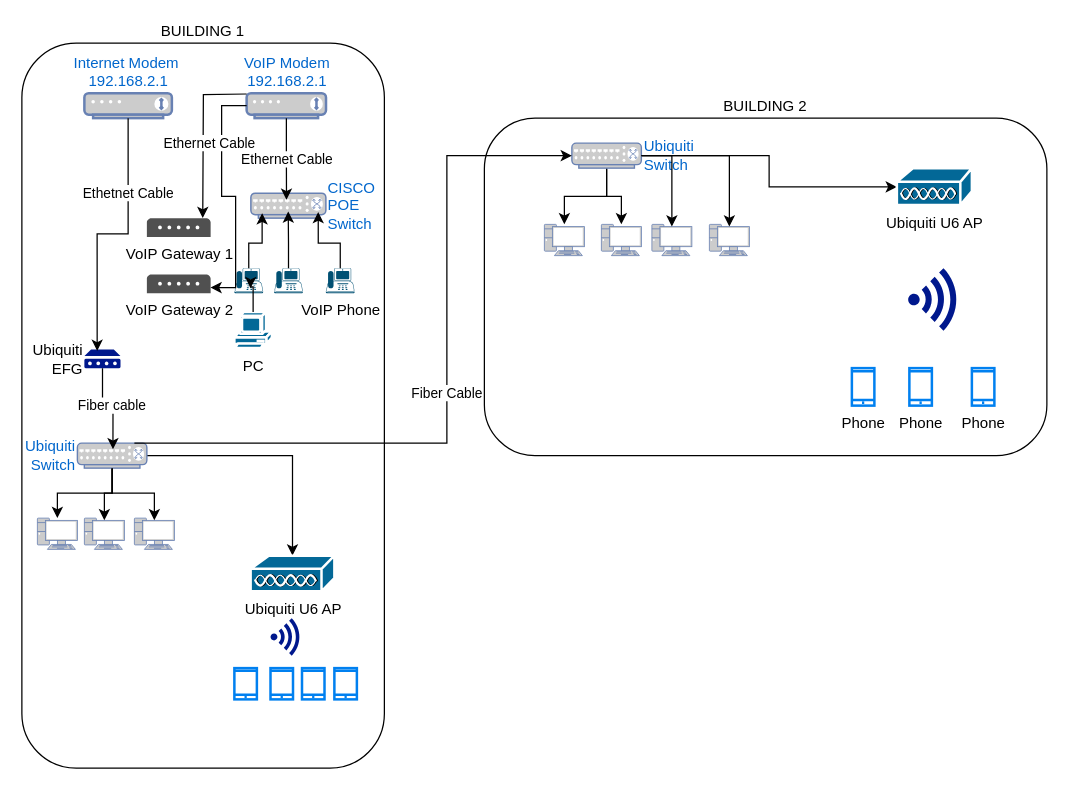
Earlier version of the draw.io diagram diagrams/network-topology.drawio (hiiiPipe/business-building-network-overhaul). Source tidied: cells renumbered, new cells numbered last; positions are measured from the earlier drawing's top-left corner, leaving out a move shared by most shapes. Both pictures are drawn from the tidied source at 125%, with x=0, y=0 at pixel (21, 42).
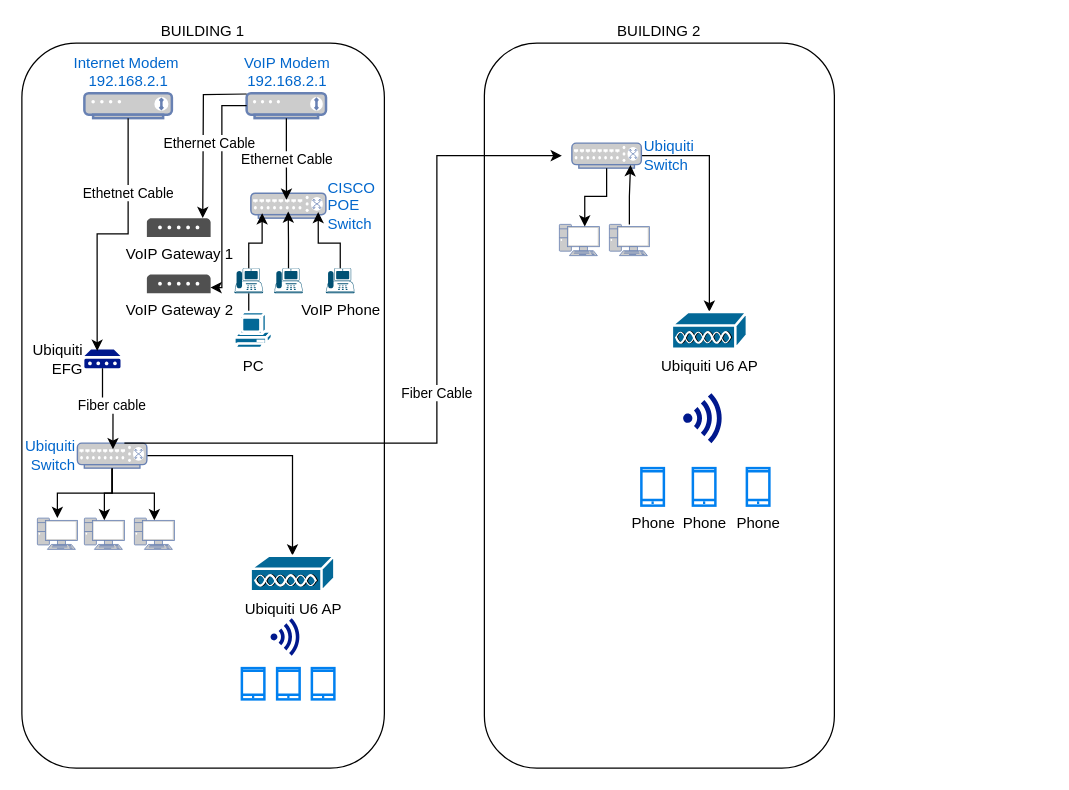
The same page after the edit.

Unchanged cells that the change refers to:
```xml
<mxCell id="4" value="VoIP Modem&lt;div&gt;192.168.2.1&lt;/div&gt;" style="fontColor=#0066CC;verticalAlign=bottom;verticalLabelPosition=top;labelPosition=center;align=center;html=1;outlineConnect=0;fillColor=#CCCCCC;strokeColor=#6881B3;gradientColor=none;gradientDirection=north;strokeWidth=2;shape=mxgraph.networks.modem;" parent="1" vertex="1">
  <mxGeometry x="179.8" y="40" width="63.5" height="20" as="geometry" />
</mxCell>
<mxCell id="6" style="points=[[0.59,0,0],[0.87,0.015,0],[0.88,0.3,0],[0.99,0.99,0],[0.5,1,0],[0.01,0.99,0],[0.075,0.5,0],[0.17,0.115,0]];verticalLabelPosition=bottom;sketch=0;html=1;verticalAlign=top;align=center;shape=mxgraph.cisco19.ip_phone;fillColor=#005073;strokeColor=none;" parent="1" vertex="1">
  <mxGeometry x="170" y="180" width="23" height="20" as="geometry" />
</mxCell>
<mxCell id="9" value="PC" style="shape=mxgraph.cisco.computers_and_peripherals.pc;html=1;dashed=0;fillColor=#036897;strokeColor=#ffffff;strokeWidth=2;verticalLabelPosition=bottom;verticalAlign=top;align=center;outlineConnect=0;" parent="1" vertex="1">
  <mxGeometry x="170" y="215" width="30" height="30" as="geometry" />
</mxCell>
<mxCell id="15" value="VoIP Gateway 2" style="sketch=0;shadow=0;dashed=0;html=1;strokeColor=none;fillColor=#505050;labelPosition=center;verticalLabelPosition=bottom;verticalAlign=top;outlineConnect=0;align=center;shape=mxgraph.office.communications.voip_gateway;" parent="1" vertex="1">
  <mxGeometry x="100" y="185" width="51" height="15" as="geometry" />
</mxCell>
<mxCell id="27" value="Ubiquiti&lt;div&gt;Switch&lt;/div&gt;" style="fontColor=#0066CC;verticalAlign=middle;verticalLabelPosition=middle;labelPosition=right;align=left;html=1;outlineConnect=0;fillColor=#CCCCCC;strokeColor=#6881B3;gradientColor=none;gradientDirection=north;strokeWidth=2;shape=mxgraph.networks.switch;" parent="1" vertex="1">
  <mxGeometry x="440" y="80" width="55.6" height="20" as="geometry" />
</mxCell>
```

The edit, as a diff of the source:
```diff
@@
+    <mxCell id="53" style="edgeStyle=orthogonalEdgeStyle;rounded=0;jettySize=auto;html=1;" parent="1" edge="1" source="6" target="9">
+      <mxGeometry relative="1" as="geometry" />
+    </mxCell>
@@
-    <mxCell id="14" style="edgeStyle=orthogonalEdgeStyle;rounded=0;jettySize=auto;html=1;entryX=0.56;entryY=0.8;entryDx=0;entryDy=0;entryPerimeter=0;" parent="1" edge="1" source="9" target="6">
-      <mxGeometry relative="1" as="geometry" />
-    </mxCell>
@@
     <mxCell id="16" style="edgeStyle=orthogonalEdgeStyle;rounded=0;jettySize=auto;html=1;entryX=0.998;entryY=0.704;entryDx=0;entryDy=0;entryPerimeter=0;" parent="1" edge="1" source="4" target="15">
-      <mxGeometry relative="1" as="geometry" />
+      <mxGeometry relative="1" as="geometry">
+        <Array as="points">
+          <mxPoint x="160" y="50" />
+          <mxPoint x="160" y="196" />
+        </Array>
+      </mxGeometry>
     </mxCell>
@@
-    <mxCell id="24" style="edgeStyle=orthogonalEdgeStyle;rounded=0;jettySize=auto;html=1;" parent="1" edge="1" source="27" target="30">
-      <mxGeometry relative="1" as="geometry" />
-    </mxCell>
-    <mxCell id="25" style="edgeStyle=orthogonalEdgeStyle;rounded=0;jettySize=auto;html=1;" parent="1" edge="1" source="27" target="31">
-      <mxGeometry relative="1" as="geometry" />
-    </mxCell>
@@
     <mxCell id="29" value="Fiber Cable" style="edgeStyle=orthogonalEdgeStyle;rounded=0;orthogonalLoop=1;jettySize=auto;html=1;" parent="1" edge="1">
       <mxGeometry relative="1" as="geometry">
-        <mxPoint x="90" y="320" as="sourcePoint" />
-        <mxPoint x="440" y="90" as="targetPoint" />
+        <mxPoint x="82" y="320" as="sourcePoint" />
+        <mxPoint x="432" y="90" as="targetPoint" />
         <Array as="points">
-          <mxPoint x="340" y="320" />
-          <mxPoint x="340" y="90" />
+          <mxPoint x="332" y="320" />
+          <mxPoint x="332" y="90" />
         </Array>
       </mxGeometry>
     </mxCell>
-    <mxCell id="30" style="fontColor=#0066CC;verticalAlign=top;verticalLabelPosition=bottom;labelPosition=center;align=center;html=1;outlineConnect=0;fillColor=#CCCCCC;strokeColor=#6881B3;gradientColor=none;gradientDirection=north;strokeWidth=2;shape=mxgraph.networks.pc;" parent="1" vertex="1">
-      <mxGeometry x="418" y="145" width="32" height="25" as="geometry" />
-    </mxCell>
     <mxCell id="31" style="fontColor=#0066CC;verticalAlign=top;verticalLabelPosition=bottom;labelPosition=center;align=center;html=1;outlineConnect=0;fillColor=#CCCCCC;strokeColor=#6881B3;gradientColor=none;gradientDirection=north;strokeWidth=2;shape=mxgraph.networks.pc;" parent="1" vertex="1">
-      <mxGeometry x="463.6" y="145" width="32" height="25" as="geometry" />
+      <mxGeometry x="430" y="145" width="32" height="25" as="geometry" />
     </mxCell>
     <mxCell id="32" style="fontColor=#0066CC;verticalAlign=top;verticalLabelPosition=bottom;labelPosition=center;align=center;html=1;outlineConnect=0;fillColor=#CCCCCC;strokeColor=#6881B3;gradientColor=none;gradientDirection=north;strokeWidth=2;shape=mxgraph.networks.pc;" parent="1" vertex="1">
-      <mxGeometry x="504" y="145" width="32" height="25" as="geometry" />
+      <mxGeometry x="470" y="145" width="32" height="25" as="geometry" />
     </mxCell>
-    <mxCell id="33" style="fontColor=#0066CC;verticalAlign=top;verticalLabelPosition=bottom;labelPosition=center;align=center;html=1;outlineConnect=0;fillColor=#CCCCCC;strokeColor=#6881B3;gradientColor=none;gradientDirection=north;strokeWidth=2;shape=mxgraph.networks.pc;" parent="1" vertex="1">
-      <mxGeometry x="550" y="145" width="32" height="25" as="geometry" />
-    </mxCell>
-    <mxCell id="34" style="edgeStyle=orthogonalEdgeStyle;rounded=0;jettySize=auto;html=1;entryX=0.5;entryY=0.07;entryDx=0;entryDy=0;entryPerimeter=0;" parent="1" edge="1" source="27" target="32">
-      <mxGeometry relative="1" as="geometry" />
-    </mxCell>
-    <mxCell id="35" style="edgeStyle=orthogonalEdgeStyle;rounded=0;jettySize=auto;html=1;entryX=0.5;entryY=0.07;entryDx=0;entryDy=0;entryPerimeter=0;" parent="1" edge="1" source="27" target="33">
-      <mxGeometry relative="1" as="geometry" />
-    </mxCell>
@@
     <mxCell id="41" value="Ubiquiti U6 AP" style="shape=mxgraph.cisco.misc.access_point;html=1;dashed=0;fillColor=#036897;strokeColor=#ffffff;strokeWidth=2;verticalLabelPosition=bottom;verticalAlign=top;align=center;outlineConnect=0;" parent="1" vertex="1">
-      <mxGeometry x="700" y="100" width="60" height="30" as="geometry" />
+      <mxGeometry x="520" y="215" width="60" height="30" as="geometry" />
     </mxCell>
     <mxCell id="42" value="Phone" style="html=1;verticalLabelPosition=bottom;align=center;labelBackgroundColor=#ffffff;verticalAlign=top;strokeWidth=2;strokeColor=#0080F0;shadow=0;dashed=0;shape=mxgraph.ios7.icons.smartphone;" parent="1" vertex="1">
-      <mxGeometry x="710" y="260" width="18" height="30" as="geometry" />
+      <mxGeometry x="536.8" y="340" width="18" height="30" as="geometry" />
     </mxCell>
     <mxCell id="43" value="Phone" style="html=1;verticalLabelPosition=bottom;align=center;labelBackgroundColor=#ffffff;verticalAlign=top;strokeWidth=2;strokeColor=#0080F0;shadow=0;dashed=0;shape=mxgraph.ios7.icons.smartphone;" parent="1" vertex="1">
-      <mxGeometry x="760" y="260" width="18" height="30" as="geometry" />
+      <mxGeometry x="580" y="340" width="18" height="30" as="geometry" />
     </mxCell>
     <mxCell id="44" value="Phone" style="html=1;verticalLabelPosition=bottom;align=center;labelBackgroundColor=#ffffff;verticalAlign=top;strokeWidth=2;strokeColor=#0080F0;shadow=0;dashed=0;shape=mxgraph.ios7.icons.smartphone;" parent="1" vertex="1">
-      <mxGeometry x="664" y="260" width="18" height="30" as="geometry" />
+      <mxGeometry x="495.6" y="340" width="18" height="30" as="geometry" />
     </mxCell>
     <mxCell id="45" style="sketch=0;shadow=0;dashed=0;html=1;strokeColor=none;labelPosition=center;verticalLabelPosition=bottom;verticalAlign=top;align=center;fillColor=#00188D;shape=mxgraph.mscae.enterprise.wireless_connection;" parent="1" vertex="1">
-      <mxGeometry x="709" y="180" width="42" height="50" as="geometry" />
+      <mxGeometry x="529" y="280" width="33.6" height="40" as="geometry" />
     </mxCell>
-    <mxCell id="46" value="BUILDING 2" style="rounded=1;whiteSpace=wrap;html=1;fillColor=none;labelPosition=center;verticalLabelPosition=top;align=center;verticalAlign=bottom;" parent="1" vertex="1">
-      <mxGeometry x="370" y="60" width="450" height="270" as="geometry" />
-    </mxCell>
@@
     <mxCell id="49" style="html=1;verticalLabelPosition=bottom;align=center;labelBackgroundColor=#ffffff;verticalAlign=top;strokeWidth=2;strokeColor=#0080F0;shadow=0;dashed=0;shape=mxgraph.ios7.icons.smartphone;" parent="1" vertex="1">
-      <mxGeometry x="170" y="500" width="18" height="25" as="geometry" />
+      <mxGeometry x="176" y="500" width="18" height="25" as="geometry" />
     </mxCell>
     <mxCell id="50" style="html=1;verticalLabelPosition=bottom;align=center;labelBackgroundColor=#ffffff;verticalAlign=top;strokeWidth=2;strokeColor=#0080F0;shadow=0;dashed=0;shape=mxgraph.ios7.icons.smartphone;" parent="1" vertex="1">
-      <mxGeometry x="198.9" y="500" width="18" height="25" as="geometry" />
+      <mxGeometry x="204.2" y="500" width="18" height="25" as="geometry" />
     </mxCell>
     <mxCell id="51" style="html=1;verticalLabelPosition=bottom;align=center;labelBackgroundColor=#ffffff;verticalAlign=top;strokeWidth=2;strokeColor=#0080F0;shadow=0;dashed=0;shape=mxgraph.ios7.icons.smartphone;" parent="1" vertex="1">
-      <mxGeometry x="224.1" y="500" width="18" height="25" as="geometry" />
+      <mxGeometry x="232" y="500" width="18" height="25" as="geometry" />
     </mxCell>
-    <mxCell id="52" style="html=1;verticalLabelPosition=bottom;align=center;labelBackgroundColor=#ffffff;verticalAlign=top;strokeWidth=2;strokeColor=#0080F0;shadow=0;dashed=0;shape=mxgraph.ios7.icons.smartphone;" parent="1" vertex="1">
-      <mxGeometry x="250" y="500" width="18" height="25" as="geometry" />
-    </mxCell>
+    <mxCell id="25" style="edgeStyle=orthogonalEdgeStyle;rounded=0;jettySize=auto;html=1;entryX=0.635;entryY=0.069;entryDx=0;entryDy=0;entryPerimeter=0;" parent="1" edge="1" source="27" target="31">
+      <mxGeometry relative="1" as="geometry" />
+    </mxCell>
+    <mxCell id="54" style="edgeStyle=orthogonalEdgeStyle;rounded=0;jettySize=auto;html=1;entryX=0.844;entryY=0.879;entryDx=0;entryDy=0;entryPerimeter=0;" parent="1" edge="1" source="32" target="27">
+      <mxGeometry relative="1" as="geometry" />
+    </mxCell>
+    <mxCell id="46" value="BUILDING 2" style="rounded=1;whiteSpace=wrap;html=1;fillColor=none;labelPosition=center;verticalLabelPosition=top;align=center;verticalAlign=bottom;" parent="1" vertex="1">
+      <mxGeometry x="370" width="280" height="580" as="geometry" />
+    </mxCell>
```
